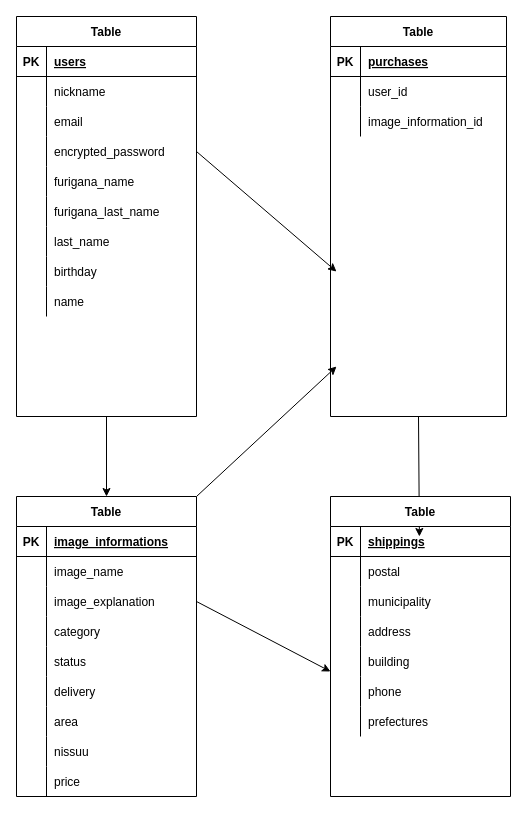
syumpei1997/furima-36707 keeps this draw.io diagram as furima.dio. Above is the earlier version. Source tidied: cells renumbered, new cells numbered last; positions are measured from the earlier drawing's top-left corner, leaving out a move shared by most shapes. Both pictures are drawn from the tidied source at 100%, with x=0, y=0 at pixel (16, 16).
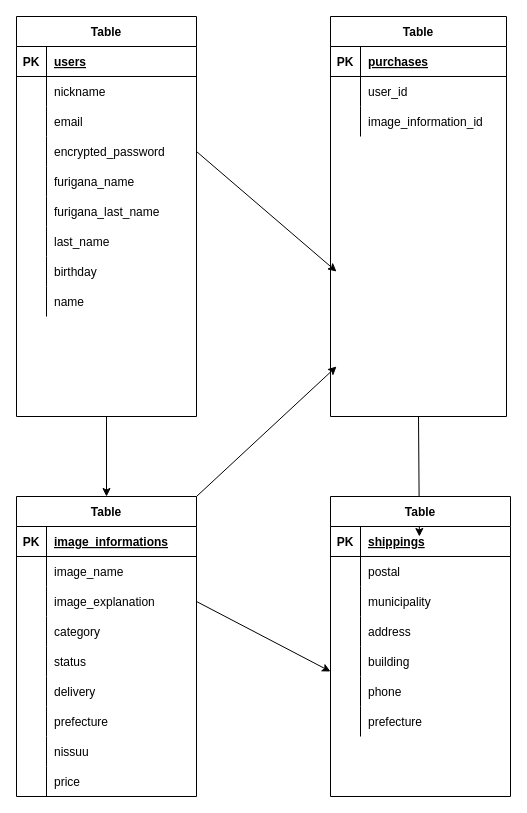
After the change.

Commit message (it also covers changes not shown here):
DB設計再提出７

The change refers to these unchanged cells:
```xml
<mxCell id="62" style="shape=partialRectangle;fillColor=none;top=0;left=0;bottom=0;right=0;" parent="43" vertex="1">
  <mxGeometry y="210" width="180" height="30" as="geometry" />
</mxCell>
<mxCell id="92" style="shape=partialRectangle;fillColor=none;top=0;left=0;bottom=0;right=0;" parent="73" vertex="1">
  <mxGeometry y="210" width="180" height="30" as="geometry" />
</mxCell>
```

What changed in the source:
```diff
@@
-    <mxCell id="64" value="area" style="shape=partialRectangle;fillColor=none;top=0;left=0;bottom=0;right=0;align=left;spacingLeft=6;overflow=hidden;" parent="62" vertex="1">
+    <mxCell id="64" value="prefecture" style="shape=partialRectangle;fillColor=none;top=0;left=0;bottom=0;right=0;align=left;spacingLeft=6;overflow=hidden;" parent="62" vertex="1">
       <mxGeometry x="30" width="150" height="30" as="geometry" />
     </mxCell>
@@
-    <mxCell id="94" value="prefectures" style="shape=partialRectangle;fillColor=none;top=0;left=0;bottom=0;right=0;align=left;spacingLeft=6;overflow=hidden;" parent="92" vertex="1">
+    <mxCell id="94" value="prefecture" style="shape=partialRectangle;fillColor=none;top=0;left=0;bottom=0;right=0;align=left;spacingLeft=6;overflow=hidden;" parent="92" vertex="1">
       <mxGeometry x="30" width="150" height="30" as="geometry" />
     </mxCell>
```
